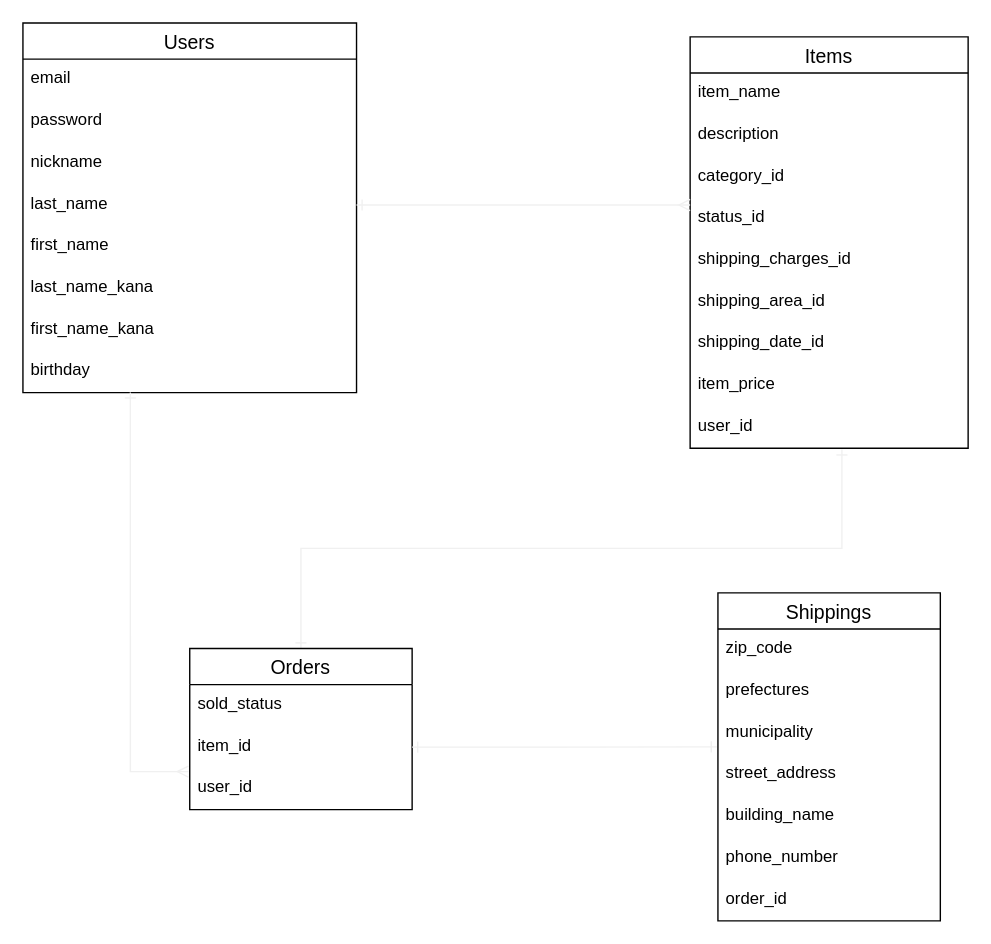
nornia7/furima-35147 keeps this draw.io diagram as data_base_er.dio. Above is the earlier version. Source tidied: cells renumbered, new cells numbered last; positions are measured from the earlier drawing's top-left corner, leaving out a move shared by most shapes. Both pictures are drawn from the tidied source at 139%, with x=0, y=0 at pixel (22, 22).
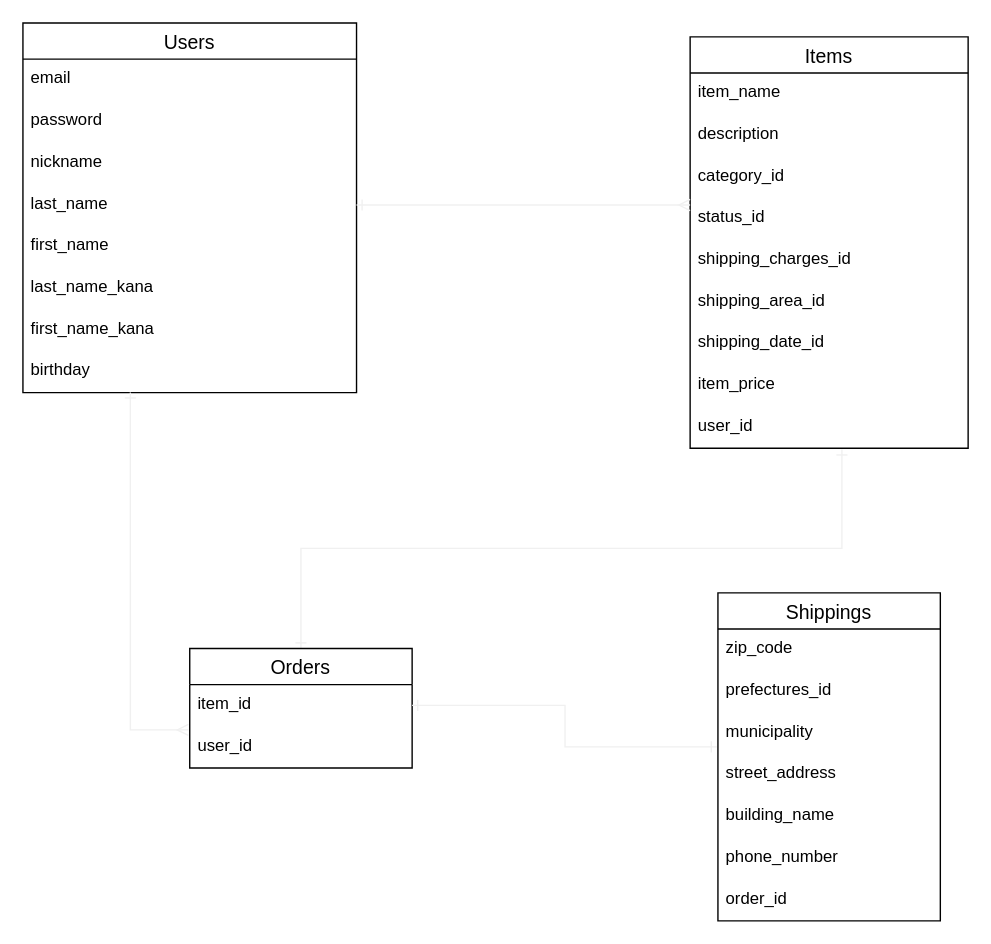
Above is the later version.

Commit message (it also covers changes not shown here):
データベース設計 修正 ＃2

Unchanged cells that the change refers to:
```xml
<mxCell id="28" value="Shippings" style="swimlane;fontStyle=0;horizontal=1;startSize=26;align=center;fontSize=14;" parent="1" vertex="1">
  <mxGeometry x="500" y="410" width="160" height="236" as="geometry" />
</mxCell>
```

Diff of the diagram source:
```diff
@@
     <mxCell id="22" value="Orders" style="swimlane;fontStyle=0;horizontal=1;startSize=26;align=center;fontSize=14;" parent="1" vertex="1">
-      <mxGeometry x="120" y="450" width="160" height="116" as="geometry" />
+      <mxGeometry x="120" y="450" width="160" height="86" as="geometry" />
     </mxCell>
-    <mxCell id="23" value="sold_status" style="text;strokeColor=none;fillColor=none;spacingLeft=4;spacingRight=4;overflow=hidden;fontSize=12;" parent="22" vertex="1">
-      <mxGeometry y="26" width="160" height="30" as="geometry" />
-    </mxCell>
     <mxCell id="24" value="item_id" style="text;strokeColor=none;fillColor=none;spacingLeft=4;spacingRight=4;overflow=hidden;points=[[0,0.5],[1,0.5]];portConstraint=eastwest;fontSize=12;" parent="22" vertex="1">
-      <mxGeometry y="56" width="160" height="30" as="geometry" />
+      <mxGeometry y="26" width="160" height="30" as="geometry" />
     </mxCell>
     <mxCell id="25" value="user_id" style="text;strokeColor=none;fillColor=none;spacingLeft=4;spacingRight=4;overflow=hidden;fontSize=12;" parent="22" vertex="1">
-      <mxGeometry y="86" width="160" height="30" as="geometry" />
+      <mxGeometry y="56" width="160" height="30" as="geometry" />
     </mxCell>
@@
-    <mxCell id="30" value="prefectures" style="text;strokeColor=none;fillColor=none;spacingLeft=4;spacingRight=4;overflow=hidden;fontSize=12;" parent="28" vertex="1">
+    <mxCell id="30" value="prefectures_id" style="text;strokeColor=none;fillColor=none;spacingLeft=4;spacingRight=4;overflow=hidden;fontSize=12;" parent="28" vertex="1">
       <mxGeometry y="56" width="160" height="30" as="geometry" />
     </mxCell>
```
